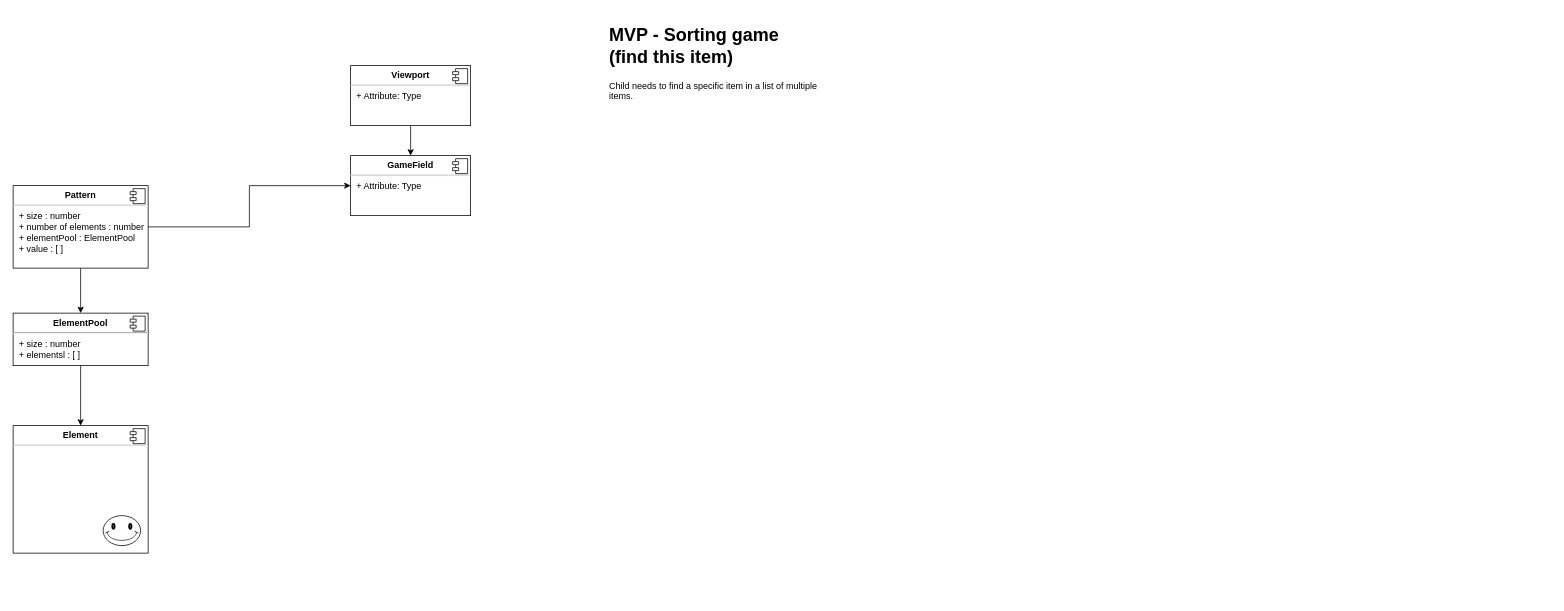
Above: smallthingscount.drawio in maddog1138/diagrams (draw.io), before the change. Source tidied: cells renumbered, new cells numbered last; positions are measured from the earlier drawing's top-left corner, leaving out a move shared by most shapes. Both pictures are drawn from the tidied source at 75%, with x=0, y=0 at pixel (13, 20).
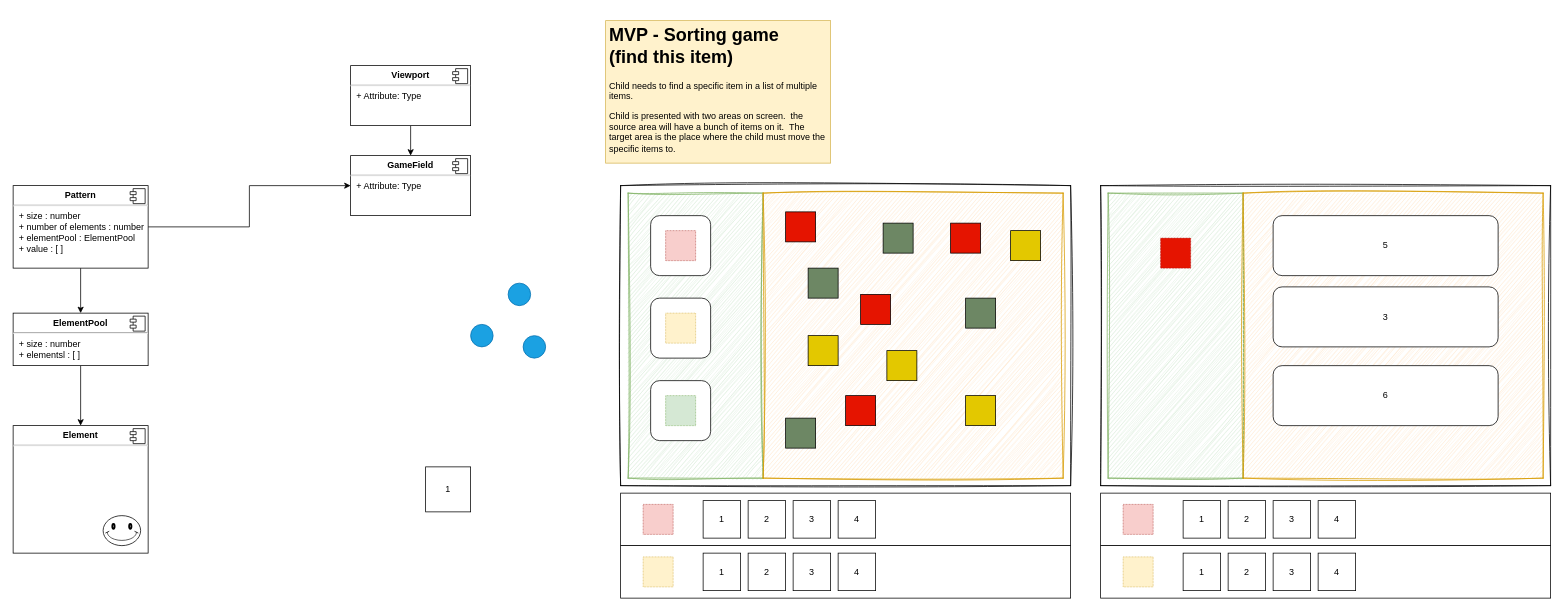
The same diagram, later.

The edit, as a diff of the source:
```diff
@@
-    <mxCell id="17" value="&lt;h1&gt;MVP - Sorting game &lt;br&gt;(find this item)&lt;br&gt;&lt;/h1&gt;&lt;p&gt;Child needs to find a specific item in a list of multiple items.&amp;nbsp; &lt;br&gt;&lt;/p&gt;" style="text;html=1;strokeColor=none;fillColor=none;spacing=5;spacingTop=-20;whiteSpace=wrap;overflow=hidden;rounded=0;" parent="1" vertex="1">
-      <mxGeometry x="790" width="300" height="120" as="geometry" />
+    <mxCell id="17" value="&lt;h1&gt;MVP - Sorting game &lt;br&gt;(find this item)&lt;br&gt;&lt;/h1&gt;&lt;p&gt;Child needs to find a specific item in a list of multiple items.&amp;nbsp; &lt;br&gt;&lt;/p&gt;&lt;p&gt;Child is presented with two areas on screen.&amp;nbsp; the source area will have a bunch of items on it.&amp;nbsp; The target area is the place where the child must move the specific items to.&amp;nbsp; &lt;br&gt;&lt;/p&gt;" style="text;html=1;strokeColor=#d6b656;fillColor=#fff2cc;spacing=5;spacingTop=-20;whiteSpace=wrap;overflow=hidden;rounded=0;" parent="1" vertex="1">
+      <mxGeometry x="790" width="300" height="190" as="geometry" />
     </mxCell>
+    <mxCell id="18" style="rounded=0;whiteSpace=wrap;html=1;sketch=1;curveFitting=1;jiggle=2;fillStyle=auto;" parent="1" vertex="1">
+      <mxGeometry x="810" y="220" width="600" height="400" as="geometry" />
+    </mxCell>
+    <mxCell id="19" style="rounded=0;whiteSpace=wrap;html=1;sketch=1;curveFitting=1;jiggle=2;fillColor=#d5e8d4;strokeColor=#82b366;" parent="1" vertex="1">
+      <mxGeometry x="820" y="230" width="180" height="380" as="geometry" />
+    </mxCell>
+    <mxCell id="20" style="rounded=0;whiteSpace=wrap;html=1;sketch=1;curveFitting=1;jiggle=2;fillColor=#ffe6cc;strokeColor=#d79b00;" parent="1" vertex="1">
+      <mxGeometry x="1000" y="230" width="400" height="380" as="geometry" />
+    </mxCell>
+    <mxCell id="21" style="rounded=1;whiteSpace=wrap;html=1;" parent="1" vertex="1">
+      <mxGeometry x="850" y="260" width="80" height="80" as="geometry" />
+    </mxCell>
+    <mxCell id="22" style="rounded=0;whiteSpace=wrap;html=1;dashed=1;strokeWidth=1;dashPattern=1 1;fillColor=#f8cecc;strokeColor=#b85450;" parent="1" vertex="1">
+      <mxGeometry x="870" y="280" width="40" height="40" as="geometry" />
+    </mxCell>
+    <mxCell id="23" style="rounded=0;whiteSpace=wrap;html=1;fillColor=#6d8764;strokeColor=default;fontColor=#ffffff;" parent="1" vertex="1">
+      <mxGeometry x="1160" y="270" width="40" height="40" as="geometry" />
+    </mxCell>
+    <mxCell id="24" style="rounded=0;whiteSpace=wrap;html=1;fillColor=#e3c800;strokeColor=default;fontColor=#000000;" parent="1" vertex="1">
+      <mxGeometry x="1060" y="420" width="40" height="40" as="geometry" />
+    </mxCell>
+    <mxCell id="25" style="rounded=0;whiteSpace=wrap;html=1;fillColor=#e51400;strokeColor=default;fontColor=#ffffff;" parent="1" vertex="1">
+      <mxGeometry x="1110" y="500" width="40" height="40" as="geometry" />
+    </mxCell>
+    <mxCell id="26" style="rounded=0;whiteSpace=wrap;html=1;fillColor=#e51400;strokeColor=default;fontColor=#ffffff;" parent="1" vertex="1">
+      <mxGeometry x="1030" y="255" width="40" height="40" as="geometry" />
+    </mxCell>
+    <mxCell id="27" style="rounded=0;whiteSpace=wrap;html=1;fillColor=#e51400;strokeColor=default;fontColor=#ffffff;" parent="1" vertex="1">
+      <mxGeometry x="1130" y="365" width="40" height="40" as="geometry" />
+    </mxCell>
+    <mxCell id="28" style="rounded=0;whiteSpace=wrap;html=1;fillColor=#e51400;strokeColor=default;fontColor=#ffffff;" parent="1" vertex="1">
+      <mxGeometry x="1250" y="270" width="40" height="40" as="geometry" />
+    </mxCell>
+    <mxCell id="29" style="rounded=0;whiteSpace=wrap;html=1;fillColor=#6d8764;strokeColor=default;fontColor=#ffffff;" parent="1" vertex="1">
+      <mxGeometry x="1060" y="330" width="40" height="40" as="geometry" />
+    </mxCell>
+    <mxCell id="30" style="rounded=0;whiteSpace=wrap;html=1;fillColor=#e3c800;strokeColor=default;fontColor=#000000;" parent="1" vertex="1">
+      <mxGeometry x="1270" y="500" width="40" height="40" as="geometry" />
+    </mxCell>
+    <mxCell id="31" style="rounded=0;whiteSpace=wrap;html=1;fillColor=#6d8764;strokeColor=default;fontColor=#ffffff;" parent="1" vertex="1">
+      <mxGeometry x="1270" y="370" width="40" height="40" as="geometry" />
+    </mxCell>
+    <mxCell id="32" style="rounded=0;whiteSpace=wrap;html=1;fillColor=#e3c800;strokeColor=default;fontColor=#000000;" parent="1" vertex="1">
+      <mxGeometry x="1165" y="440" width="40" height="40" as="geometry" />
+    </mxCell>
+    <mxCell id="33" style="rounded=0;whiteSpace=wrap;html=1;fillColor=#6d8764;strokeColor=default;fontColor=#ffffff;" parent="1" vertex="1">
+      <mxGeometry x="1030" y="530" width="40" height="40" as="geometry" />
+    </mxCell>
+    <mxCell id="34" style="rounded=0;whiteSpace=wrap;html=1;fillColor=#e3c800;strokeColor=default;fontColor=#000000;" parent="1" vertex="1">
+      <mxGeometry x="1330" y="280" width="40" height="40" as="geometry" />
+    </mxCell>
+    <mxCell id="35" style="rounded=1;whiteSpace=wrap;html=1;" parent="1" vertex="1">
+      <mxGeometry x="850" y="370" width="80" height="80" as="geometry" />
+    </mxCell>
+    <mxCell id="36" style="rounded=0;whiteSpace=wrap;html=1;dashed=1;strokeWidth=1;dashPattern=1 1;fillColor=#fff2cc;strokeColor=#d6b656;" parent="1" vertex="1">
+      <mxGeometry x="870" y="390" width="40" height="40" as="geometry" />
+    </mxCell>
+    <mxCell id="37" style="rounded=1;whiteSpace=wrap;html=1;" parent="1" vertex="1">
+      <mxGeometry x="850" y="480" width="80" height="80" as="geometry" />
+    </mxCell>
+    <mxCell id="38" style="rounded=0;whiteSpace=wrap;html=1;dashed=1;strokeWidth=1;dashPattern=1 1;fillColor=#d5e8d4;strokeColor=#82b366;" parent="1" vertex="1">
+      <mxGeometry x="870" y="500" width="40" height="40" as="geometry" />
+    </mxCell>
+    <mxCell id="39" style="rounded=0;whiteSpace=wrap;html=1;" parent="1" vertex="1">
+      <mxGeometry x="810" y="630" width="600" height="70" as="geometry" />
+    </mxCell>
+    <mxCell id="40" value="1" style="rounded=0;whiteSpace=wrap;html=1;" parent="1" vertex="1">
+      <mxGeometry x="920" y="640" width="50" height="50" as="geometry" />
+    </mxCell>
+    <mxCell id="41" value="2" style="rounded=0;whiteSpace=wrap;html=1;" parent="1" vertex="1">
+      <mxGeometry x="980" y="640" width="50" height="50" as="geometry" />
+    </mxCell>
+    <mxCell id="42" value="3" style="rounded=0;whiteSpace=wrap;html=1;" parent="1" vertex="1">
+      <mxGeometry x="1040" y="640" width="50" height="50" as="geometry" />
+    </mxCell>
+    <mxCell id="43" value="4" style="rounded=0;whiteSpace=wrap;html=1;" parent="1" vertex="1">
+      <mxGeometry x="1100" y="640" width="50" height="50" as="geometry" />
+    </mxCell>
+    <mxCell id="44" style="ellipse;whiteSpace=wrap;html=1;fillColor=#1ba1e2;fontColor=#ffffff;strokeColor=#006EAF;" parent="1" vertex="1">
+      <mxGeometry x="660" y="350" width="30" height="30" as="geometry" />
+    </mxCell>
+    <mxCell id="45" value="1" style="rounded=0;whiteSpace=wrap;html=1;" parent="1" vertex="1">
+      <mxGeometry x="550" y="595" width="60" height="60" as="geometry" />
+    </mxCell>
+    <mxCell id="46" style="ellipse;whiteSpace=wrap;html=1;fillColor=#1ba1e2;fontColor=#ffffff;strokeColor=#006EAF;" parent="1" vertex="1">
+      <mxGeometry x="610" y="405" width="30" height="30" as="geometry" />
+    </mxCell>
+    <mxCell id="47" style="ellipse;whiteSpace=wrap;html=1;fillColor=#1ba1e2;fontColor=#ffffff;strokeColor=#006EAF;" parent="1" vertex="1">
+      <mxGeometry x="680" y="420" width="30" height="30" as="geometry" />
+    </mxCell>
+    <mxCell id="48" style="rounded=0;whiteSpace=wrap;html=1;dashed=1;strokeWidth=1;dashPattern=1 1;fillColor=#f8cecc;strokeColor=#b85450;" parent="1" vertex="1">
+      <mxGeometry x="840" y="645" width="40" height="40" as="geometry" />
+    </mxCell>
+    <mxCell id="49" style="rounded=0;whiteSpace=wrap;html=1;" parent="1" vertex="1">
+      <mxGeometry x="810" y="700" width="600" height="70" as="geometry" />
+    </mxCell>
+    <mxCell id="50" value="1" style="rounded=0;whiteSpace=wrap;html=1;" parent="1" vertex="1">
+      <mxGeometry x="920" y="710" width="50" height="50" as="geometry" />
+    </mxCell>
+    <mxCell id="51" value="2" style="rounded=0;whiteSpace=wrap;html=1;" parent="1" vertex="1">
+      <mxGeometry x="980" y="710" width="50" height="50" as="geometry" />
+    </mxCell>
+    <mxCell id="52" value="3" style="rounded=0;whiteSpace=wrap;html=1;" parent="1" vertex="1">
+      <mxGeometry x="1040" y="710" width="50" height="50" as="geometry" />
+    </mxCell>
+    <mxCell id="53" value="4" style="rounded=0;whiteSpace=wrap;html=1;" parent="1" vertex="1">
+      <mxGeometry x="1100" y="710" width="50" height="50" as="geometry" />
+    </mxCell>
+    <mxCell id="54" style="rounded=0;whiteSpace=wrap;html=1;dashed=1;strokeWidth=1;dashPattern=1 1;fillColor=#fff2cc;strokeColor=#d6b656;" parent="1" vertex="1">
+      <mxGeometry x="840" y="715" width="40" height="40" as="geometry" />
+    </mxCell>
+    <mxCell id="55" style="rounded=0;whiteSpace=wrap;html=1;sketch=1;curveFitting=1;jiggle=2;fillStyle=auto;" parent="1" vertex="1">
+      <mxGeometry x="1450" y="220" width="600" height="400" as="geometry" />
+    </mxCell>
+    <mxCell id="56" style="rounded=0;whiteSpace=wrap;html=1;sketch=1;curveFitting=1;jiggle=2;fillColor=#d5e8d4;strokeColor=#82b366;" parent="1" vertex="1">
+      <mxGeometry x="1460" y="230" width="180" height="380" as="geometry" />
+    </mxCell>
+    <mxCell id="57" style="rounded=0;whiteSpace=wrap;html=1;sketch=1;curveFitting=1;jiggle=2;fillColor=#ffe6cc;strokeColor=#d79b00;" parent="1" vertex="1">
+      <mxGeometry x="1640" y="230" width="400" height="380" as="geometry" />
+    </mxCell>
+    <mxCell id="58" value="&lt;div align=&quot;left&quot;&gt;5&lt;br&gt;&lt;/div&gt;" style="rounded=1;whiteSpace=wrap;html=1;" parent="1" vertex="1">
+      <mxGeometry x="1680" y="260" width="300" height="80" as="geometry" />
+    </mxCell>
+    <mxCell id="59" style="rounded=0;whiteSpace=wrap;html=1;dashed=1;strokeWidth=1;dashPattern=1 1;fillColor=#e51400;strokeColor=#B20000;fontColor=#ffffff;" parent="1" vertex="1">
+      <mxGeometry x="1530" y="290" width="40" height="40" as="geometry" />
+    </mxCell>
+    <mxCell id="60" style="rounded=0;whiteSpace=wrap;html=1;" parent="1" vertex="1">
+      <mxGeometry x="1450" y="630" width="600" height="70" as="geometry" />
+    </mxCell>
+    <mxCell id="61" value="1" style="rounded=0;whiteSpace=wrap;html=1;" parent="1" vertex="1">
+      <mxGeometry x="1560" y="640" width="50" height="50" as="geometry" />
+    </mxCell>
+    <mxCell id="62" value="2" style="rounded=0;whiteSpace=wrap;html=1;" parent="1" vertex="1">
+      <mxGeometry x="1620" y="640" width="50" height="50" as="geometry" />
+    </mxCell>
+    <mxCell id="63" value="3" style="rounded=0;whiteSpace=wrap;html=1;" parent="1" vertex="1">
+      <mxGeometry x="1680" y="640" width="50" height="50" as="geometry" />
+    </mxCell>
+    <mxCell id="64" value="4" style="rounded=0;whiteSpace=wrap;html=1;" parent="1" vertex="1">
+      <mxGeometry x="1740" y="640" width="50" height="50" as="geometry" />
+    </mxCell>
+    <mxCell id="65" style="rounded=0;whiteSpace=wrap;html=1;dashed=1;strokeWidth=1;dashPattern=1 1;fillColor=#f8cecc;strokeColor=#b85450;" parent="1" vertex="1">
+      <mxGeometry x="1480" y="645" width="40" height="40" as="geometry" />
+    </mxCell>
+    <mxCell id="66" style="rounded=0;whiteSpace=wrap;html=1;" parent="1" vertex="1">
+      <mxGeometry x="1450" y="700" width="600" height="70" as="geometry" />
+    </mxCell>
+    <mxCell id="67" value="1" style="rounded=0;whiteSpace=wrap;html=1;" parent="1" vertex="1">
+      <mxGeometry x="1560" y="710" width="50" height="50" as="geometry" />
+    </mxCell>
+    <mxCell id="68" value="2" style="rounded=0;whiteSpace=wrap;html=1;" parent="1" vertex="1">
+      <mxGeometry x="1620" y="710" width="50" height="50" as="geometry" />
+    </mxCell>
+    <mxCell id="69" value="3" style="rounded=0;whiteSpace=wrap;html=1;" parent="1" vertex="1">
+      <mxGeometry x="1680" y="710" width="50" height="50" as="geometry" />
+    </mxCell>
+    <mxCell id="70" value="4" style="rounded=0;whiteSpace=wrap;html=1;" parent="1" vertex="1">
+      <mxGeometry x="1740" y="710" width="50" height="50" as="geometry" />
+    </mxCell>
+    <mxCell id="71" style="rounded=0;whiteSpace=wrap;html=1;dashed=1;strokeWidth=1;dashPattern=1 1;fillColor=#fff2cc;strokeColor=#d6b656;" parent="1" vertex="1">
+      <mxGeometry x="1480" y="715" width="40" height="40" as="geometry" />
+    </mxCell>
+    <mxCell id="72" value="3" style="rounded=1;whiteSpace=wrap;html=1;" parent="1" vertex="1">
+      <mxGeometry x="1680" y="355" width="300" height="80" as="geometry" />
+    </mxCell>
+    <mxCell id="73" value="6" style="rounded=1;whiteSpace=wrap;html=1;" parent="1" vertex="1">
+      <mxGeometry x="1680" y="460" width="300" height="80" as="geometry" />
+    </mxCell>
```
